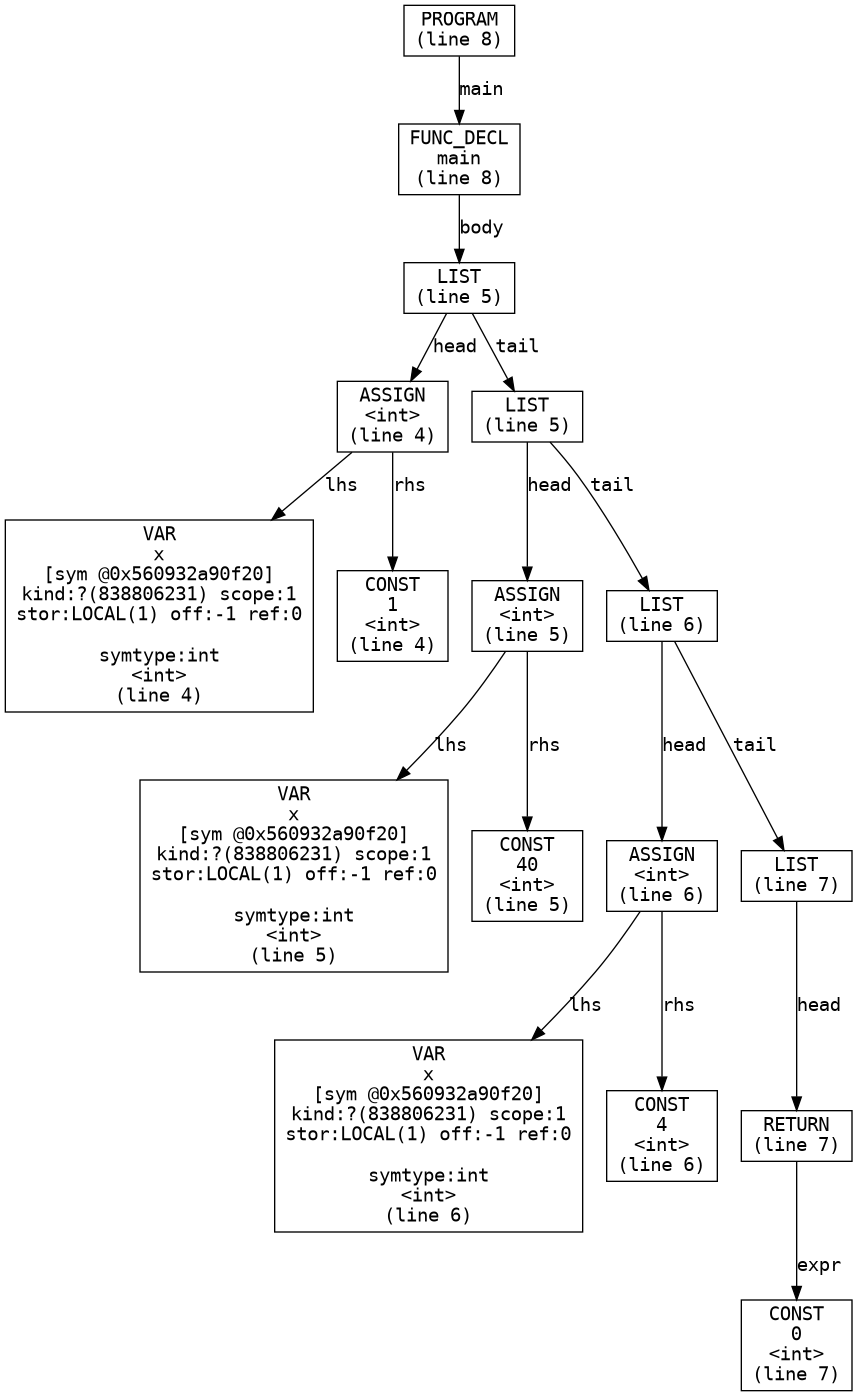
kalamakis/Cpp-compiler keeps this Graphviz diagram as syntaxExtreme/ast.png. Above is the earlier version. Its source is kept beside it as syntaxExtreme/ast.dot.
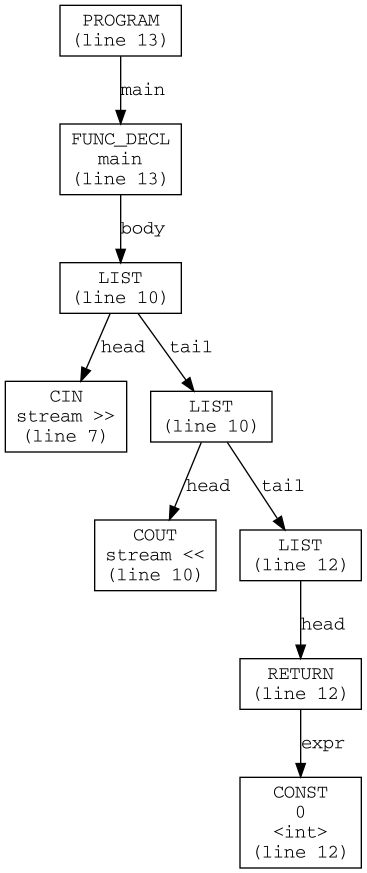
Later version of the same file.

Commit message:
CIN COUT DONE, trying break, continue etc

Diff of the diagram source:
```diff
@@ -1,37 +1,21 @@
 digraph AST {
   node [shape=box, fontname="Courier"];
   edge [fontname="Courier"];
-  n0 [label="PROGRAM\n(line 8)"];
-  n1 [label="FUNC_DECL\nmain\n(line 8)"];
-  n2 [label="LIST\n(line 5)"];
-  n3 [label="ASSIGN\n<int>\n(line 4)"];
-  n4 [label="VAR\nx\n[sym @0x560932a90f20]\nkind:?(838806231) scope:1\nstor:LOCAL(1) off:-1 ref:0\n\nsymtype:int\n<int>\n(line 4)"];
-  n3 -> n4 [label="lhs"];
-  n5 [label="CONST\n1\n<int>\n(line 4)"];
-  n3 -> n5 [label="rhs"];
+  n0 [label="PROGRAM\n(line 13)"];
+  n1 [label="FUNC_DECL\nmain\n(line 13)"];
+  n2 [label="LIST\n(line 10)"];
+  n3 [label="CIN\nstream >>\n(line 7)"];
   n2 -> n3 [label="head"];
-  n6 [label="LIST\n(line 5)"];
-  n7 [label="ASSIGN\n<int>\n(line 5)"];
-  n8 [label="VAR\nx\n[sym @0x560932a90f20]\nkind:?(838806231) scope:1\nstor:LOCAL(1) off:-1 ref:0\n\nsymtype:int\n<int>\n(line 5)"];
-  n7 -> n8 [label="lhs"];
-  n9 [label="CONST\n40\n<int>\n(line 5)"];
-  n7 -> n9 [label="rhs"];
+  n4 [label="LIST\n(line 10)"];
+  n5 [label="COUT\nstream <<\n(line 10)"];
+  n4 -> n5 [label="head"];
+  n6 [label="LIST\n(line 12)"];
+  n7 [label="RETURN\n(line 12)"];
+  n8 [label="CONST\n0\n<int>\n(line 12)"];
+  n7 -> n8 [label="expr"];
   n6 -> n7 [label="head"];
-  n10 [label="LIST\n(line 6)"];
-  n11 [label="ASSIGN\n<int>\n(line 6)"];
-  n12 [label="VAR\nx\n[sym @0x560932a90f20]\nkind:?(838806231) scope:1\nstor:LOCAL(1) off:-1 ref:0\n\nsymtype:int\n<int>\n(line 6)"];
-  n11 -> n12 [label="lhs"];
-  n13 [label="CONST\n4\n<int>\n(line 6)"];
-  n11 -> n13 [label="rhs"];
-  n10 -> n11 [label="head"];
-  n14 [label="LIST\n(line 7)"];
-  n15 [label="RETURN\n(line 7)"];
-  n16 [label="CONST\n0\n<int>\n(line 7)"];
-  n15 -> n16 [label="expr"];
-  n14 -> n15 [label="head"];
-  n10 -> n14 [label="tail"];
-  n6 -> n10 [label="tail"];
-  n2 -> n6 [label="tail"];
+  n4 -> n6 [label="tail"];
+  n2 -> n4 [label="tail"];
   n1 -> n2 [label="body"];
   n0 -> n1 [label="main"];
 }
```
